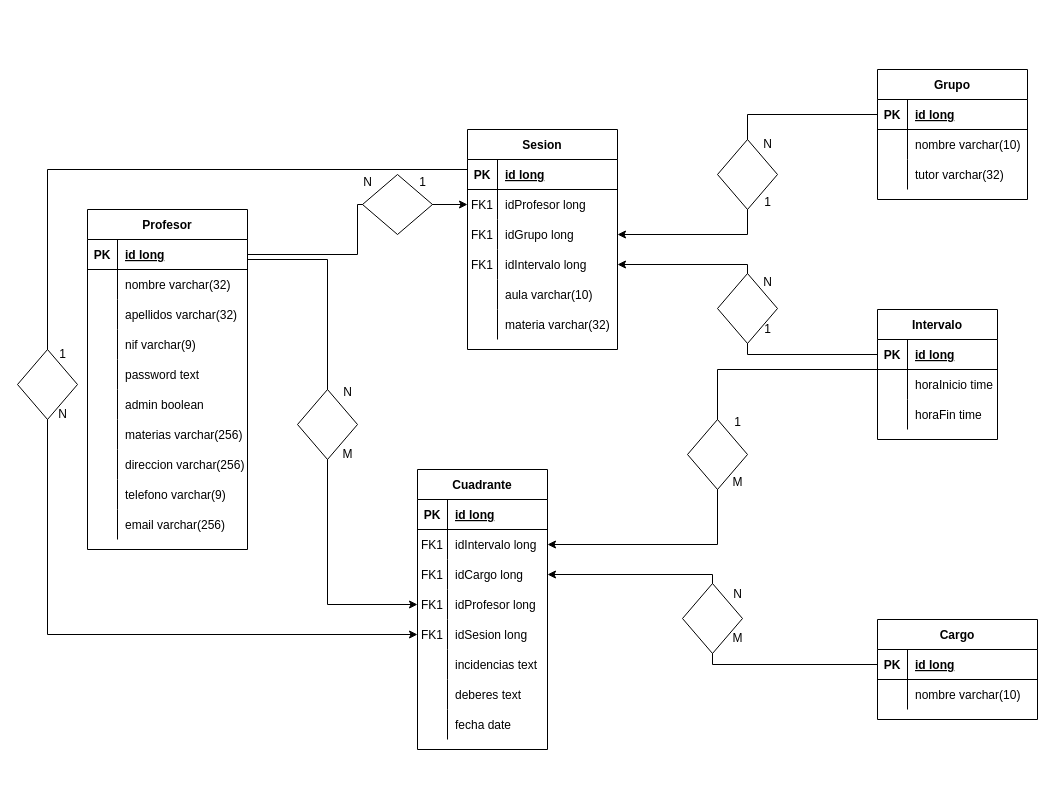
This is bbdd.drawio from daviddoichita/ProyectoDAW-DavidD-Cesar-Carlos, a draw.io file, before an edit. Source tidied: cells renumbered, new cells numbered last; positions are measured from the earlier drawing's top-left corner, leaving out a move shared by most shapes. Both pictures are drawn from the tidied source at 100%, with x=0, y=0 at pixel (17, 69).
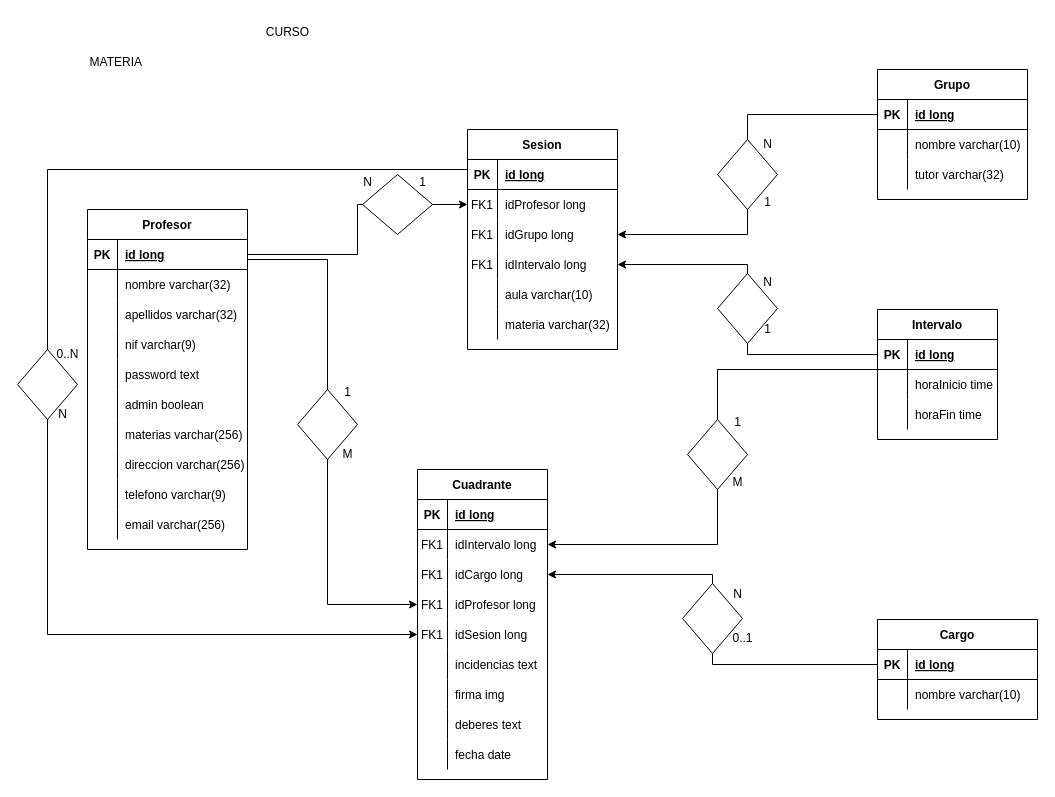
Above is the later version.

What changed in the source:
```diff
@@
     <mxCell id="79" value="Cuadrante" style="shape=table;startSize=30;childLayout=tableLayout;rowLines=0;fontStyle=1;align=center;" parent="1" vertex="1">
-      <mxGeometry x="400" y="400" width="130" height="280" as="geometry" />
+      <mxGeometry x="400" y="400" width="130" height="310" as="geometry" />
     </mxCell>
@@
+    <mxCell id="132" style="shape=partialRectangle;fillColor=none;top=0;left=0;right=0;bottom=0;" parent="79" vertex="1">
+      <mxGeometry y="210" width="130" height="30" as="geometry" />
+    </mxCell>
+    <mxCell id="133" style="shape=partialRectangle;overflow=hidden;fillColor=none;top=0;left=0;bottom=0;right=0;" parent="132" vertex="1">
+      <mxGeometry width="30" height="30" as="geometry" />
+    </mxCell>
+    <mxCell id="134" value="firma img" style="shape=partialRectangle;overflow=hidden;fillColor=none;top=0;left=0;bottom=0;right=0;align=left;spacingLeft=6;" parent="132" vertex="1">
+      <mxGeometry x="30" width="100" height="30" as="geometry" />
+    </mxCell>
     <mxCell id="98" style="shape=partialRectangle;fillColor=none;top=0;left=0;right=0;bottom=0;" parent="79" vertex="1">
-      <mxGeometry y="210" width="130" height="30" as="geometry" />
+      <mxGeometry y="240" width="130" height="30" as="geometry" />
     </mxCell>
@@
     <mxCell id="101" style="shape=partialRectangle;fillColor=none;top=0;left=0;right=0;bottom=0;" parent="79" vertex="1">
-      <mxGeometry y="240" width="130" height="30" as="geometry" />
+      <mxGeometry y="270" width="130" height="30" as="geometry" />
     </mxCell>
@@
-    <mxCell id="112" value="N" style="text;html=1;align=center;verticalAlign=middle;strokeColor=none;fillColor=none;" parent="1" vertex="1">
+    <mxCell id="112" value="1" style="text;html=1;align=center;verticalAlign=middle;strokeColor=none;fillColor=none;" parent="1" vertex="1">
       <mxGeometry x="315" y="308" width="30" height="30" as="geometry" />
     </mxCell>
@@
-    <mxCell id="119" value="1" style="text;html=1;align=center;verticalAlign=middle;strokeColor=none;fillColor=none;" parent="1" vertex="1">
-      <mxGeometry x="30" y="270" width="30" height="30" as="geometry" />
+    <mxCell id="119" value="0..N" style="text;html=1;align=center;verticalAlign=middle;strokeColor=none;fillColor=none;" parent="1" vertex="1">
+      <mxGeometry x="25" y="270" width="50" height="30" as="geometry" />
     </mxCell>
@@
-    <mxCell id="125" value="M" style="text;html=1;align=center;verticalAlign=middle;strokeColor=none;fillColor=none;" parent="1" vertex="1">
-      <mxGeometry x="705" y="554" width="30" height="30" as="geometry" />
+    <mxCell id="125" value="0..1" style="text;html=1;align=center;verticalAlign=middle;strokeColor=none;fillColor=none;" parent="1" vertex="1">
+      <mxGeometry x="705" y="554" width="40" height="30" as="geometry" />
     </mxCell>
@@
+    <mxCell id="135" value="MATERIA&amp;nbsp;" style="text;html=1;align=center;verticalAlign=middle;strokeColor=none;fillColor=none;" parent="1" vertex="1">
+      <mxGeometry x="60" y="-22" width="80" height="30" as="geometry" />
+    </mxCell>
+    <mxCell id="136" value="CURSO" style="text;html=1;align=center;verticalAlign=middle;strokeColor=none;fillColor=none;" parent="1" vertex="1">
+      <mxGeometry x="235" y="-52" width="70" height="30" as="geometry" />
+    </mxCell>
```
